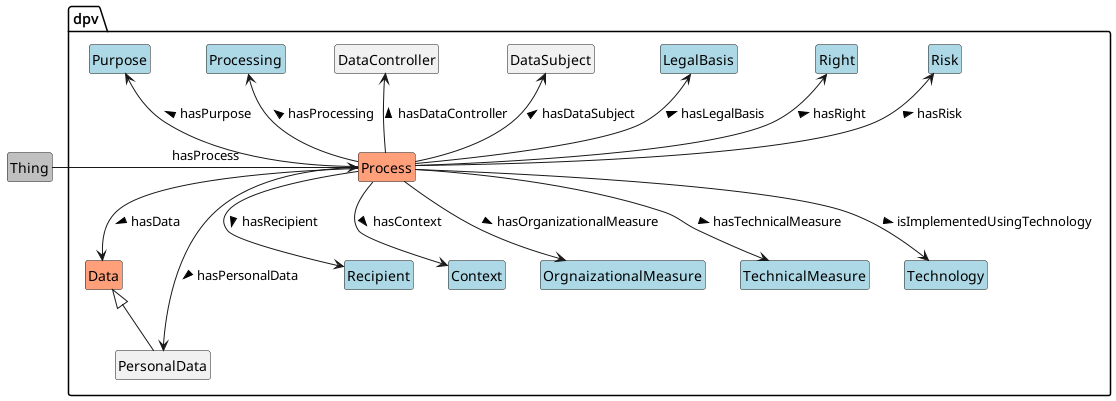
jeswr/dpv keeps this PlantUML diagram as media/dpv_core.png. Above is the earlier version.
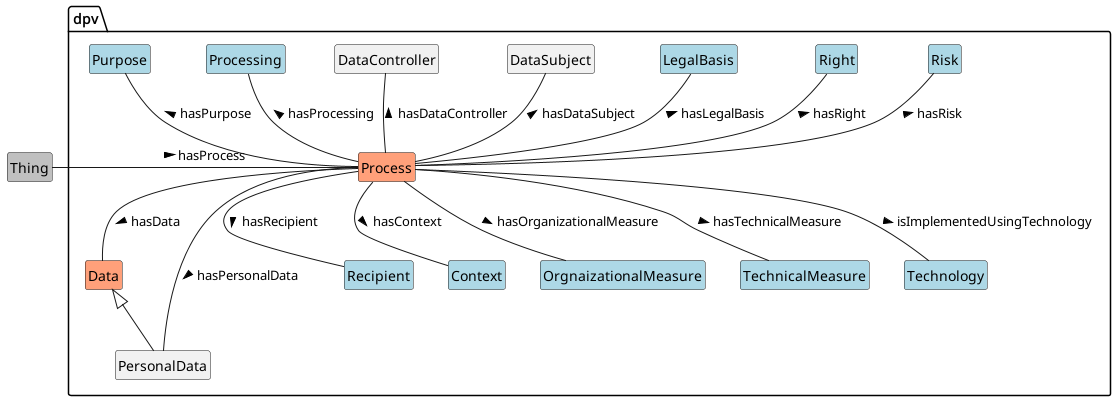
The same diagram one commit later.

What changed in the source:
```diff
@@ -2,8 +2,7 @@
 !include style.plantuml
 
 class Thing #silver
-Thing -r-> dpv.Process : hasProcess
-
+Thing -r- dpv.Process : hasProcess >
 package dpv {
 
 	class Process #LightSalmon
@@ -24,20 +23,20 @@
 
 	PersonalData -u-|>Data
 
-	Process -u-> Purpose: hasPurpose >
-	Process -u-> Processing: hasProcessing >
-	Process -u-> DataController: hasDataController >
-	Process -u-> DataSubject: hasDataSubject >
-	Process -u-> LegalBasis: hasLegalBasis >
-	Process -u-> Right: hasRight >
-	Process -u-> Risk: hasRisk >
-	Process --> PersonalData : hasPersonalData >
-	Process --> Data: hasData >
-	Process --> Recipient: hasRecipient >
-	Process --> TechnicalMeasure: hasTechnicalMeasure >
-	Process --> OrgnaizationalMeasure: hasOrganizationalMeasure >
-	Process --> Context: hasContext >
-	Process --> Technology: isImplementedUsingTechnology >
+	Process -u- Purpose: hasPurpose >
+	Process -u- Processing: hasProcessing >
+	Process -u- DataController: hasDataController >
+	Process -u- DataSubject: hasDataSubject >
+	Process -u- LegalBasis: hasLegalBasis >
+	Process -u- Right: hasRight >
+	Process -u- Risk: hasRisk >
+	Process -- PersonalData : hasPersonalData >
+	Process -- Data: hasData >
+	Process -- Recipient: hasRecipient >
+	Process -- TechnicalMeasure: hasTechnicalMeasure >
+	Process -- OrgnaizationalMeasure: hasOrganizationalMeasure >
+	Process -- Context: hasContext >
+	Process -- Technology: isImplementedUsingTechnology >
 
 	}
 
```
